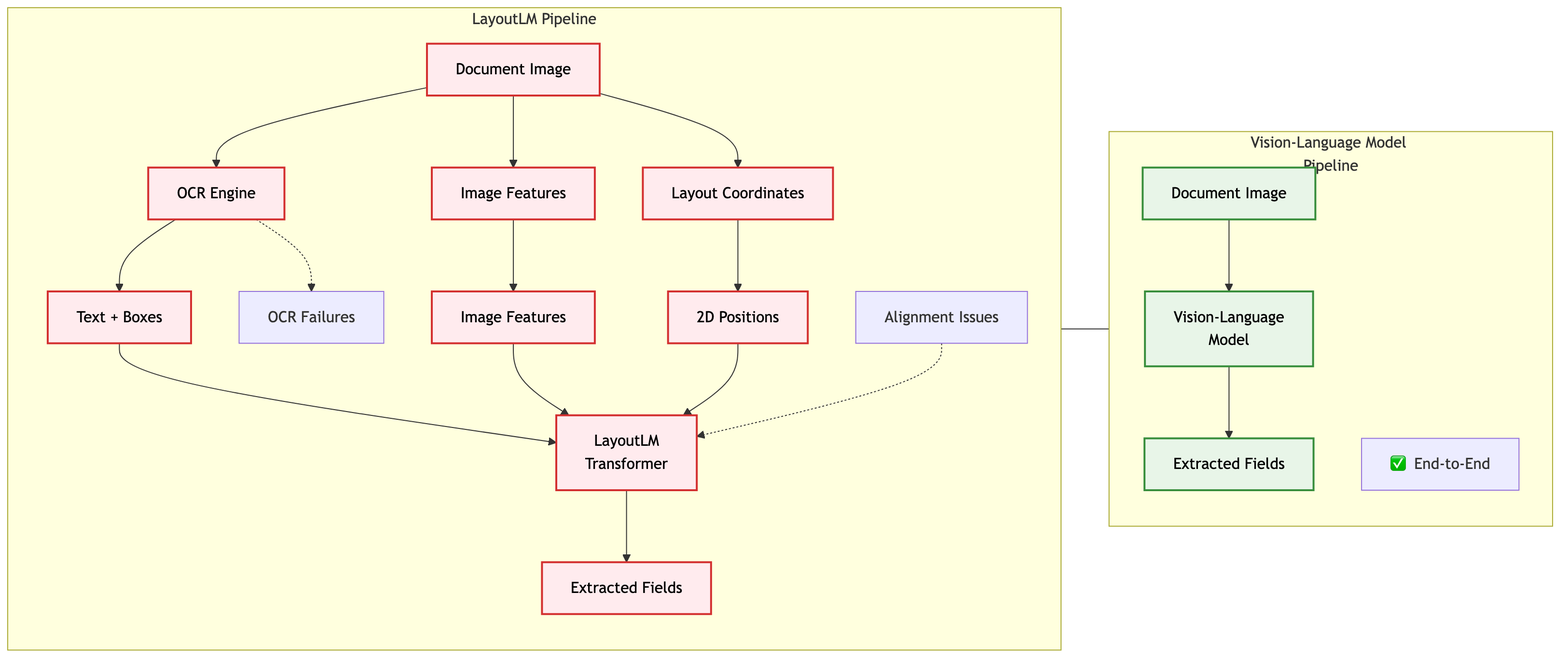
Before: presentation_materials/presentation_diagrams/mermaid_exports/LayoutLM_vs_Vision_Transformer_Architecture.png, a diagram exported from Mermaid (tmnestor/unified_vision_processor_minimal). Its source is kept beside it as presentation_materials/presentation_diagrams/mermaid_exports/LayoutLM_vs_Vision_Transformer_Architecture.mmd.
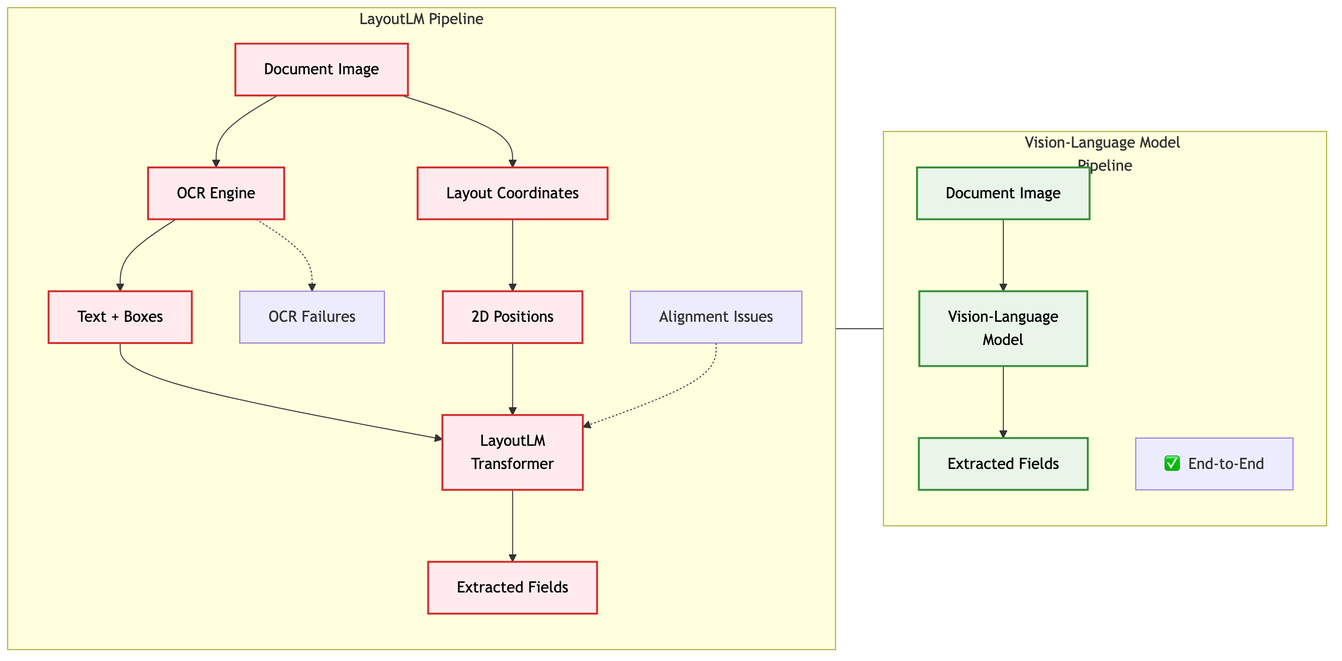
The same file after the commit.

Commit message:
✨ feat: refine presentation materials for Vision-Language Models, enhancing clarity and structure in tax document processing slides

What changed in the source:
```diff
@@ -3,17 +3,14 @@
         direction TB
         L1[Document Image]
         L1 --> L2A[OCR Engine]
-        L1 --> L2B[Image Features]
         L1 --> L2C[Layout Coordinates]
 
         L2A --> L3A[Text + Boxes]
-        L2B --> L3B[Image Features]
         L2C --> L3C[2D Positions]
 
         L2A -.-> L7[OCR Failures]
 
         L3A --> L4[LayoutLM<br/>Transformer]
-        L3B --> L4
         L3C --> L4
 
         L8[Alignment Issues] -.-> L4
@@ -37,7 +34,7 @@
     classDef issues fill:#fce4ec,stroke:#e91e63,stroke-width:2px,color:#000
     classDef benefits fill:#f1f8e9,stroke:#689f38,stroke-width:2px,color:#000
 
-    class L1,L2A,L2B,L2C,L3A,L3B,L3C,L4,L5 layoutlmNode
+    class L1,L2A,L2C,L3A,L3C,L4,L5 layoutlmNode
     class V1,V2,V3 vitNode
     class L6 issues
     class V4 benefits
```
